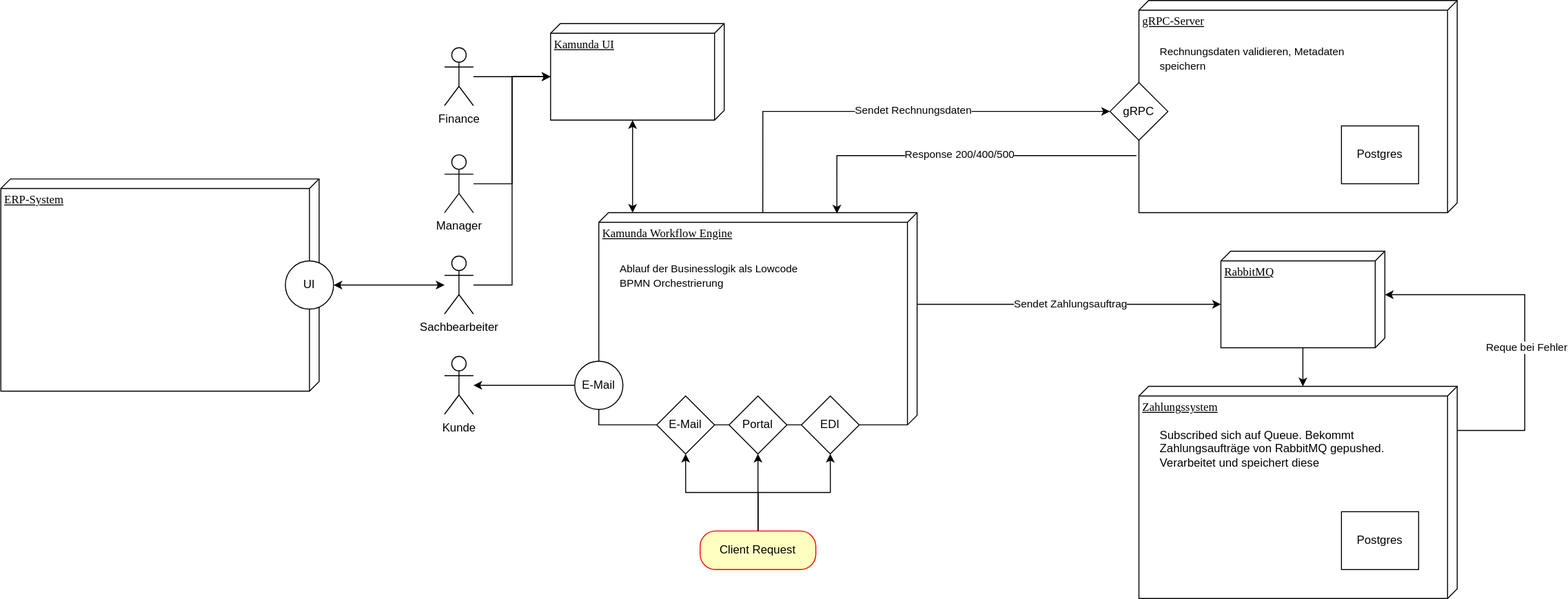
The draw.io diagram DVG-Orchestrierung.drawio.svg in jonahdoll/rechnungsbearbeitung, before a commit. Source tidied: cells renumbered, new cells last; positions are measured from the earlier drawing's top-left corner, leaving out a move shared by most shapes.
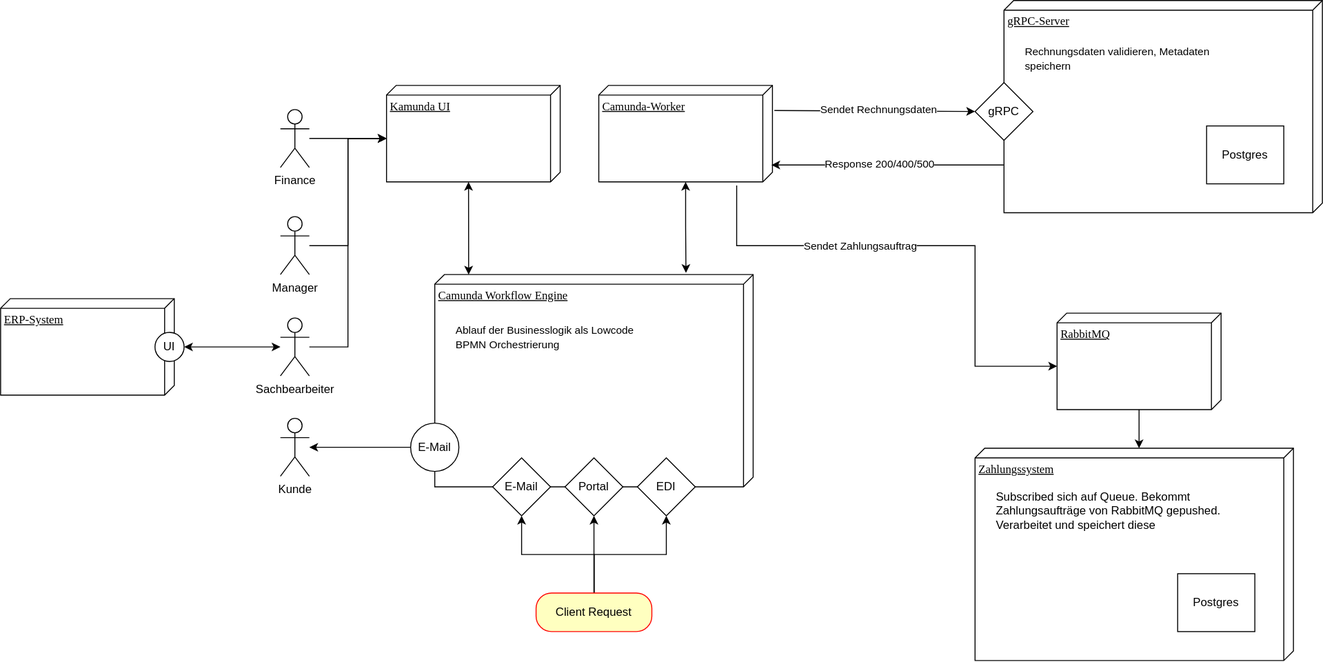
Above is the later version.

What changed in the source:
```diff
@@ -18,7 +18,7 @@
       <mxGeometry x="20" y="40" width="250" height="50" as="geometry" />
     </mxCell>
     <mxCell id="7" style="group;" parent="1" vertex="1">
-      <mxGeometry x="1180" width="330" height="220" as="geometry" />
+      <mxGeometry x="1210" y="-64" width="330" height="220" as="geometry" />
     </mxCell>
     <mxCell id="8" value="gRPC-Server" style="verticalAlign=top;align=left;spacingTop=8;spacingLeft=2;spacingRight=12;shape=cube;size=10;direction=south;fontStyle=4;html=1;rounded=0;shadow=0;comic=0;labelBackgroundColor=none;strokeWidth=1;fontFamily=Verdana;fontSize=12;" parent="7" vertex="1">
       <mxGeometry width="330" height="220" as="geometry" />
@@ -35,7 +35,7 @@
     <mxCell id="12" style="group;" parent="1" vertex="1">
       <mxGeometry x="620" y="220" width="330" height="237" as="geometry" />
     </mxCell>
-    <mxCell id="13" value="Kamunda Workflow Engine" style="verticalAlign=top;align=left;spacingTop=8;spacingLeft=2;spacingRight=12;shape=cube;size=10;direction=south;fontStyle=4;html=1;rounded=0;shadow=0;comic=0;labelBackgroundColor=none;strokeWidth=1;fontFamily=Verdana;fontSize=12;" parent="12" vertex="1">
+    <mxCell id="13" value="Camunda Workflow Engine" style="verticalAlign=top;align=left;spacingTop=8;spacingLeft=2;spacingRight=12;shape=cube;size=10;direction=south;fontStyle=4;html=1;rounded=0;shadow=0;comic=0;labelBackgroundColor=none;strokeWidth=1;fontFamily=Verdana;fontSize=12;" parent="12" vertex="1">
       <mxGeometry width="330" height="220" as="geometry" />
     </mxCell>
     <mxCell id="14" value="&lt;span style=&quot;font-size: 11px;&quot;&gt;Ablauf der Businesslogik als Lowcode BPMN Orchestrierung&lt;/span&gt;" style="text;html=1;whiteSpace=wrap;strokeColor=none;fillColor=none;align=left;verticalAlign=middle;rounded=0;" parent="12" vertex="1">
@@ -65,95 +65,88 @@
     <mxCell id="22" value="Client Request" style="rounded=1;whiteSpace=wrap;html=1;arcSize=40;fontColor=#000000;fillColor=#ffffc0;strokeColor=light-dark(#FF0000,#99FF33);" parent="1" vertex="1">
       <mxGeometry x="725" y="550" width="120" height="40" as="geometry" />
     </mxCell>
-    <mxCell id="23" style="edgeStyle=orthogonalEdgeStyle;rounded=0;jettySize=auto;html=1;entryX=0;entryY=0.5;entryDx=0;entryDy=0;exitX=0;exitY=0;exitDx=0;exitDy=160;exitPerimeter=0;" parent="1" edge="1" source="13" target="11">
-      <mxGeometry relative="1" as="geometry" />
+    <mxCell id="23" style="edgeStyle=orthogonalEdgeStyle;rounded=0;jettySize=auto;html=1;entryX=0;entryY=0.5;entryDx=0;entryDy=0;" parent="1" edge="1" target="11">
+      <mxGeometry relative="1" as="geometry">
+        <mxPoint x="972" y="50" as="sourcePoint" />
+      </mxGeometry>
     </mxCell>
     <mxCell id="24" value="Sendet Rechnungsdaten" style="edgeLabel;html=1;align=center;verticalAlign=middle;" parent="23" vertex="1">
-      <mxGeometry x="0.12" y="2" relative="1" as="geometry" />
+      <mxGeometry x="0.12" y="2" relative="1" as="geometry">
+        <mxPoint x="-8" as="offset" />
+      </mxGeometry>
     </mxCell>
     <mxCell id="25" style="edgeStyle=orthogonalEdgeStyle;rounded=0;jettySize=auto;html=1;entryX=0;entryY=0;entryDx=0;entryDy=160;entryPerimeter=0;" parent="1" edge="1" source="2" target="4">
       <mxGeometry relative="1" as="geometry" />
     </mxCell>
-    <mxCell id="26" style="edgeStyle=orthogonalEdgeStyle;rounded=0;jettySize=auto;html=1;exitX=0.731;exitY=1.008;exitDx=0;exitDy=0;exitPerimeter=0;entryX=0.004;entryY=0.252;entryDx=0;entryDy=0;entryPerimeter=0;" parent="1" edge="1" source="8" target="13">
-      <mxGeometry relative="1" as="geometry">
-        <Array as="points">
-          <mxPoint x="867" y="161" />
-        </Array>
-      </mxGeometry>
+    <mxCell id="26" value="Kunde" style="shape=umlActor;verticalLabelPosition=bottom;verticalAlign=top;html=1;outlineConnect=0;" parent="1" vertex="1">
+      <mxGeometry x="460" y="369" width="30" height="60" as="geometry" />
     </mxCell>
-    <mxCell id="27" value="Response 200/400/500" style="edgeLabel;html=1;align=center;verticalAlign=middle;" parent="26" vertex="1">
-      <mxGeometry x="0.06" y="-2" relative="1" as="geometry">
-        <mxPoint x="12" as="offset" />
-      </mxGeometry>
+    <mxCell id="27" style="edgeStyle=orthogonalEdgeStyle;rounded=0;jettySize=auto;html=1;exitX=0;exitY=0.5;exitDx=0;exitDy=0;" parent="1" edge="1" source="18" target="26">
+      <mxGeometry relative="1" as="geometry" />
     </mxCell>
-    <mxCell id="28" style="edgeStyle=orthogonalEdgeStyle;rounded=0;jettySize=auto;html=1;entryX=0;entryY=0;entryDx=45;entryDy=0;entryPerimeter=0;exitX=0.208;exitY=-0.001;exitDx=0;exitDy=0;exitPerimeter=0;" parent="1" edge="1" source="4" target="2">
+    <mxCell id="28" style="edgeStyle=orthogonalEdgeStyle;rounded=0;jettySize=auto;html=1;entryX=0;entryY=0;entryDx=55;entryDy=170;entryPerimeter=0;exitX=1.037;exitY=0.206;exitDx=0;exitDy=0;exitPerimeter=0;" parent="1" edge="1" source="39" target="2">
       <mxGeometry relative="1" as="geometry">
         <Array as="points">
-          <mxPoint x="1580" y="446" />
-          <mxPoint x="1580" y="305" />
+          <mxPoint x="933" y="190" />
+          <mxPoint x="1180" y="190" />
+          <mxPoint x="1180" y="315" />
         </Array>
       </mxGeometry>
     </mxCell>
-    <mxCell id="29" value="Reque bei Fehler" style="edgeLabel;html=1;align=center;verticalAlign=middle;" parent="28" vertex="1">
-      <mxGeometry x="-0.12" y="-1" relative="1" as="geometry" />
+    <mxCell id="29" value="Sendet Zahlungsauftrag" style="edgeLabel;html=1;align=center;verticalAlign=middle;" parent="28" vertex="1">
+      <mxGeometry x="0.01" y="1" relative="1" as="geometry">
+        <mxPoint x="-72" y="1" as="offset" />
+      </mxGeometry>
     </mxCell>
-    <mxCell id="30" value="Kunde" style="shape=umlActor;verticalLabelPosition=bottom;verticalAlign=top;html=1;outlineConnect=0;" parent="1" vertex="1">
-      <mxGeometry x="460" y="369" width="30" height="60" as="geometry" />
+    <mxCell id="30" style="edgeStyle=orthogonalEdgeStyle;rounded=0;jettySize=auto;html=1;entryX=1;entryY=0.5;entryDx=0;entryDy=0;startArrow=classic;startFill=1;" parent="1" edge="1" source="31" target="44">
+      <mxGeometry relative="1" as="geometry" />
     </mxCell>
-    <mxCell id="31" style="edgeStyle=orthogonalEdgeStyle;rounded=0;jettySize=auto;html=1;exitX=0;exitY=0.5;exitDx=0;exitDy=0;" parent="1" edge="1" source="18" target="30">
-      <mxGeometry relative="1" as="geometry" />
+    <mxCell id="31" value="Sachbearbeiter" style="shape=umlActor;verticalLabelPosition=bottom;verticalAlign=top;html=1;outlineConnect=0;" parent="1" vertex="1">
+      <mxGeometry x="460" y="265" width="30" height="60" as="geometry" />
     </mxCell>
-    <mxCell id="32" style="edgeStyle=orthogonalEdgeStyle;rounded=0;jettySize=auto;html=1;entryX=0;entryY=0;entryDx=55;entryDy=170;entryPerimeter=0;" parent="1" edge="1" source="13" target="2">
-      <mxGeometry relative="1" as="geometry">
-        <Array as="points">
-          <mxPoint x="1030" y="315" />
-          <mxPoint x="1030" y="315" />
-        </Array>
-      </mxGeometry>
+    <mxCell id="32" value="Manager" style="shape=umlActor;verticalLabelPosition=bottom;verticalAlign=top;html=1;outlineConnect=0;" parent="1" vertex="1">
+      <mxGeometry x="460" y="160" width="30" height="60" as="geometry" />
     </mxCell>
-    <mxCell id="33" value="Sendet Zahlungsauftrag" style="edgeLabel;html=1;align=center;verticalAlign=middle;points=[];" parent="32" vertex="1">
-      <mxGeometry x="0.01" y="1" relative="1" as="geometry" />
+    <mxCell id="33" value="Finance" style="shape=umlActor;verticalLabelPosition=bottom;verticalAlign=top;html=1;outlineConnect=0;" parent="1" vertex="1">
+      <mxGeometry x="460" y="49" width="30" height="60" as="geometry" />
     </mxCell>
-    <mxCell id="34" style="edgeStyle=orthogonalEdgeStyle;rounded=0;jettySize=auto;html=1;entryX=1;entryY=0.5;entryDx=0;entryDy=0;startArrow=classic;startFill=1;" parent="1" edge="1" source="35" target="40">
-      <mxGeometry relative="1" as="geometry" />
+    <mxCell id="34" value="Kamunda UI" style="verticalAlign=top;align=left;spacingTop=8;spacingLeft=2;spacingRight=12;shape=cube;size=10;direction=south;fontStyle=4;html=1;rounded=0;shadow=0;comic=0;labelBackgroundColor=none;strokeWidth=1;fontFamily=Verdana;fontSize=12;" parent="1" vertex="1">
+      <mxGeometry x="570" y="24" width="180" height="100" as="geometry" />
     </mxCell>
-    <mxCell id="35" value="Sachbearbeiter" style="shape=umlActor;verticalLabelPosition=bottom;verticalAlign=top;html=1;outlineConnect=0;" parent="1" vertex="1">
-      <mxGeometry x="460" y="265" width="30" height="60" as="geometry" />
+    <mxCell id="35" style="edgeStyle=orthogonalEdgeStyle;rounded=0;jettySize=auto;html=1;entryX=0;entryY=0;entryDx=100;entryDy=95;entryPerimeter=0;startArrow=classic;startFill=1;" parent="1" edge="1" source="13" target="34">
+      <mxGeometry relative="1" as="geometry">
+        <Array as="points">
+          <mxPoint x="655" y="190" />
+          <mxPoint x="655" y="190" />
+        </Array>
+      </mxGeometry>
     </mxCell>
-    <mxCell id="36" value="Manager" style="shape=umlActor;verticalLabelPosition=bottom;verticalAlign=top;html=1;outlineConnect=0;" parent="1" vertex="1">
-      <mxGeometry x="460" y="160" width="30" height="60" as="geometry" />
+    <mxCell id="36" style="edgeStyle=orthogonalEdgeStyle;rounded=0;jettySize=auto;html=1;entryX=0;entryY=0;entryDx=55;entryDy=180;entryPerimeter=0;" parent="1" edge="1" source="31" target="34">
+      <mxGeometry relative="1" as="geometry" />
     </mxCell>
-    <mxCell id="37" value="Finance" style="shape=umlActor;verticalLabelPosition=bottom;verticalAlign=top;html=1;outlineConnect=0;" parent="1" vertex="1">
-      <mxGeometry x="460" y="49" width="30" height="60" as="geometry" />
+    <mxCell id="37" style="edgeStyle=orthogonalEdgeStyle;rounded=0;jettySize=auto;html=1;entryX=0;entryY=0;entryDx=55;entryDy=180;entryPerimeter=0;" parent="1" edge="1" source="32" target="34">
+      <mxGeometry relative="1" as="geometry" />
     </mxCell>
-    <mxCell id="38" style="group;" parent="1" vertex="1">
-      <mxGeometry y="115" width="330" height="237" as="geometry" />
+    <mxCell id="38" style="edgeStyle=orthogonalEdgeStyle;rounded=0;jettySize=auto;html=1;entryX=0;entryY=0;entryDx=55;entryDy=180;entryPerimeter=0;" parent="1" edge="1" source="33" target="34">
+      <mxGeometry relative="1" as="geometry" />
     </mxCell>
-    <mxCell id="39" value="ERP-System" style="verticalAlign=top;align=left;spacingTop=8;spacingLeft=2;spacingRight=12;shape=cube;size=10;direction=south;fontStyle=4;html=1;rounded=0;shadow=0;comic=0;labelBackgroundColor=none;strokeWidth=1;fontFamily=Verdana;fontSize=12;" parent="38" vertex="1">
-      <mxGeometry y="70" width="330" height="220" as="geometry" />
+    <mxCell id="39" value="Camunda-Worker" style="verticalAlign=top;align=left;spacingTop=8;spacingLeft=2;spacingRight=12;shape=cube;size=10;direction=south;fontStyle=4;html=1;rounded=0;shadow=0;comic=0;labelBackgroundColor=none;strokeWidth=1;fontFamily=Verdana;fontSize=12;" parent="1" vertex="1">
+      <mxGeometry x="790" y="24" width="180" height="100" as="geometry" />
     </mxCell>
-    <mxCell id="40" value="UI" style="ellipse;whiteSpace=wrap;html=1;" parent="38" vertex="1">
-      <mxGeometry x="295" y="155" width="50" height="50" as="geometry" />
+    <mxCell id="40" style="edgeStyle=orthogonalEdgeStyle;rounded=0;jettySize=auto;html=1;entryX=0.825;entryY=0.006;entryDx=0;entryDy=0;entryPerimeter=0;exitX=0.775;exitY=1.001;exitDx=0;exitDy=0;exitPerimeter=0;" parent="1" edge="1" source="8" target="39">
+      <mxGeometry relative="1" as="geometry" />
     </mxCell>
-    <mxCell id="41" value="Kamunda UI" style="verticalAlign=top;align=left;spacingTop=8;spacingLeft=2;spacingRight=12;shape=cube;size=10;direction=south;fontStyle=4;html=1;rounded=0;shadow=0;comic=0;labelBackgroundColor=none;strokeWidth=1;fontFamily=Verdana;fontSize=12;" parent="1" vertex="1">
-      <mxGeometry x="570" y="24" width="180" height="100" as="geometry" />
+    <mxCell id="41" value="Response 200/400/500" style="edgeLabel;html=1;align=center;verticalAlign=middle;points=[];" parent="40" vertex="1">
+      <mxGeometry x="0.08" y="-1" relative="1" as="geometry" />
     </mxCell>
-    <mxCell id="42" style="edgeStyle=orthogonalEdgeStyle;rounded=0;jettySize=auto;html=1;entryX=0;entryY=0;entryDx=100;entryDy=95;entryPerimeter=0;startArrow=classic;startFill=1;" parent="1" edge="1" source="13" target="41">
-      <mxGeometry relative="1" as="geometry">
-        <Array as="points">
-          <mxPoint x="655" y="190" />
-          <mxPoint x="655" y="190" />
-        </Array>
-      </mxGeometry>
+    <mxCell id="42" style="edgeStyle=orthogonalEdgeStyle;rounded=0;jettySize=auto;html=1;entryX=-0.008;entryY=0.211;entryDx=0;entryDy=0;entryPerimeter=0;startArrow=classic;startFill=1;" parent="1" edge="1" source="39" target="13">
+      <mxGeometry relative="1" as="geometry" />
     </mxCell>
-    <mxCell id="43" style="edgeStyle=orthogonalEdgeStyle;rounded=0;jettySize=auto;html=1;entryX=0;entryY=0;entryDx=55;entryDy=180;entryPerimeter=0;" parent="1" edge="1" source="35" target="41">
-      <mxGeometry relative="1" as="geometry" />
+    <mxCell id="43" value="ERP-System" style="verticalAlign=top;align=left;spacingTop=8;spacingLeft=2;spacingRight=12;shape=cube;size=10;direction=south;fontStyle=4;html=1;rounded=0;shadow=0;comic=0;labelBackgroundColor=none;strokeWidth=1;fontFamily=Verdana;fontSize=12;" parent="1" vertex="1">
+      <mxGeometry x="170" y="245" width="180" height="100" as="geometry" />
     </mxCell>
-    <mxCell id="44" style="edgeStyle=orthogonalEdgeStyle;rounded=0;jettySize=auto;html=1;entryX=0;entryY=0;entryDx=55;entryDy=180;entryPerimeter=0;" parent="1" edge="1" source="36" target="41">
-      <mxGeometry relative="1" as="geometry" />
+    <mxCell id="44" value="UI" style="ellipse;whiteSpace=wrap;html=1;" parent="1" vertex="1">
+      <mxGeometry x="330" y="279.9" width="30.2" height="30.2" as="geometry" />
     </mxCell>
-    <mxCell id="45" style="edgeStyle=orthogonalEdgeStyle;rounded=0;jettySize=auto;html=1;entryX=0;entryY=0;entryDx=55;entryDy=180;entryPerimeter=0;" parent="1" edge="1" source="37" target="41">
-      <mxGeometry relative="1" as="geometry" />
-    </mxCell>
   </root>
 </mxGraphModel>
```
